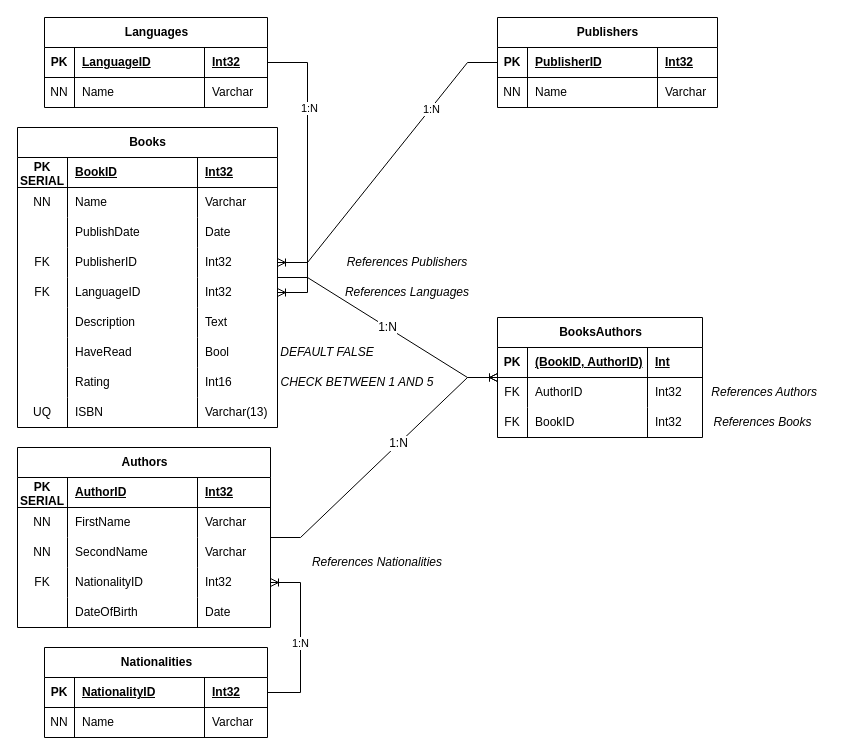
MatyasBalcar/elektlabs-staz keeps this draw.io diagram as navrhy/DB navrh - elektlabs.drawio. Above is the earlier version. Source tidied: cells renumbered, new cells numbered last; positions are measured from the earlier drawing's top-left corner, leaving out a move shared by most shapes. Both pictures are drawn from the tidied source at 100%, with x=0, y=0 at pixel (17, 17).
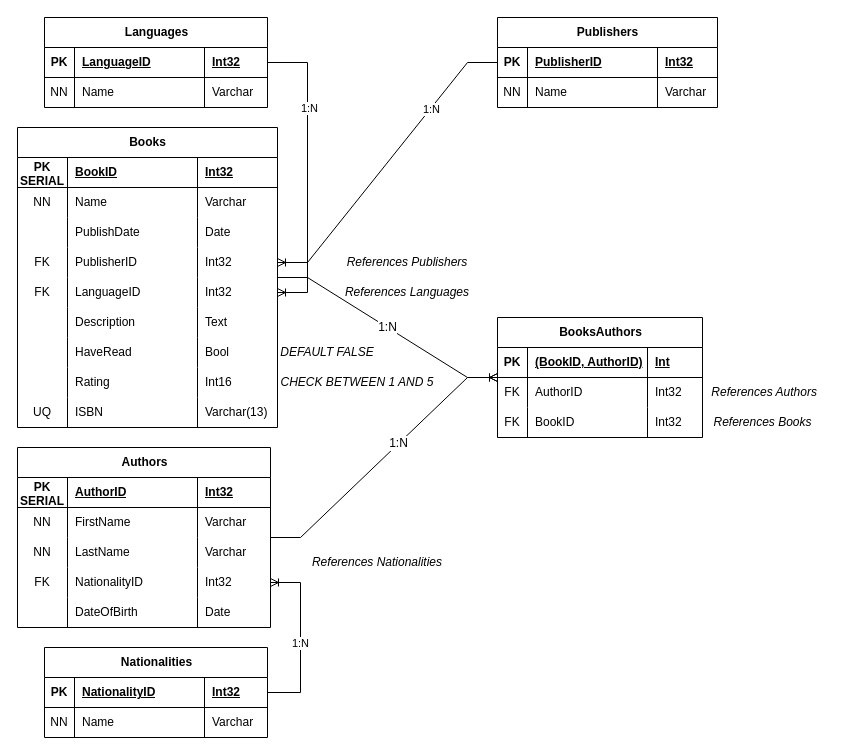
Above is the later version.

Commit message:
change secondNAme to LastName

The change refers to these unchanged cells:
```xml
<mxCell id="48" style="shape=tableRow;horizontal=0;startSize=0;swimlaneHead=0;swimlaneBody=0;fillColor=none;top=0;left=0;right=0;bottom=0;rounded=0;" parent="39" vertex="1">
  <mxGeometry y="90" width="253" height="30" as="geometry" />
</mxCell>
```

Diff of the diagram source:
```diff
@@
-    <mxCell id="50" value="SecondName" style="shape=partialRectangle;fillColor=none;top=0;left=0;bottom=0;right=0;align=left;spacingLeft=6;overflow=hidden;whiteSpace=wrap;html=1;rounded=0;" parent="48" vertex="1">
+    <mxCell id="50" value="LastName" style="shape=partialRectangle;fillColor=none;top=0;left=0;bottom=0;right=0;align=left;spacingLeft=6;overflow=hidden;whiteSpace=wrap;html=1;rounded=0;" parent="48" vertex="1">
       <mxGeometry x="50" width="130" height="30" as="geometry" />
     </mxCell>
```
